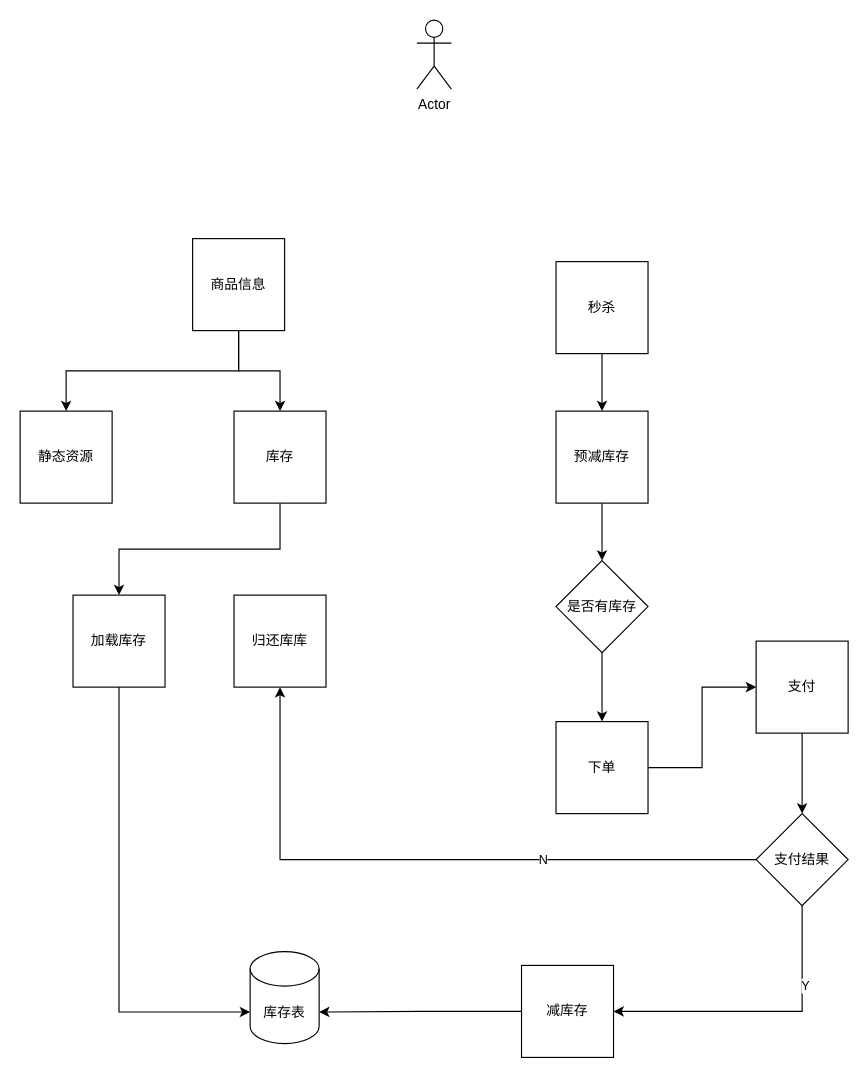
Before: 秒杀设计.drawio in lixyu/draw, a draw.io diagram. Source tidied: cells renumbered, new cells numbered last; positions are measured from the earlier drawing's top-left corner, leaving out a move shared by most shapes. Both pictures are drawn from the tidied source at 115%, with x=0, y=0 at pixel (20, 20).
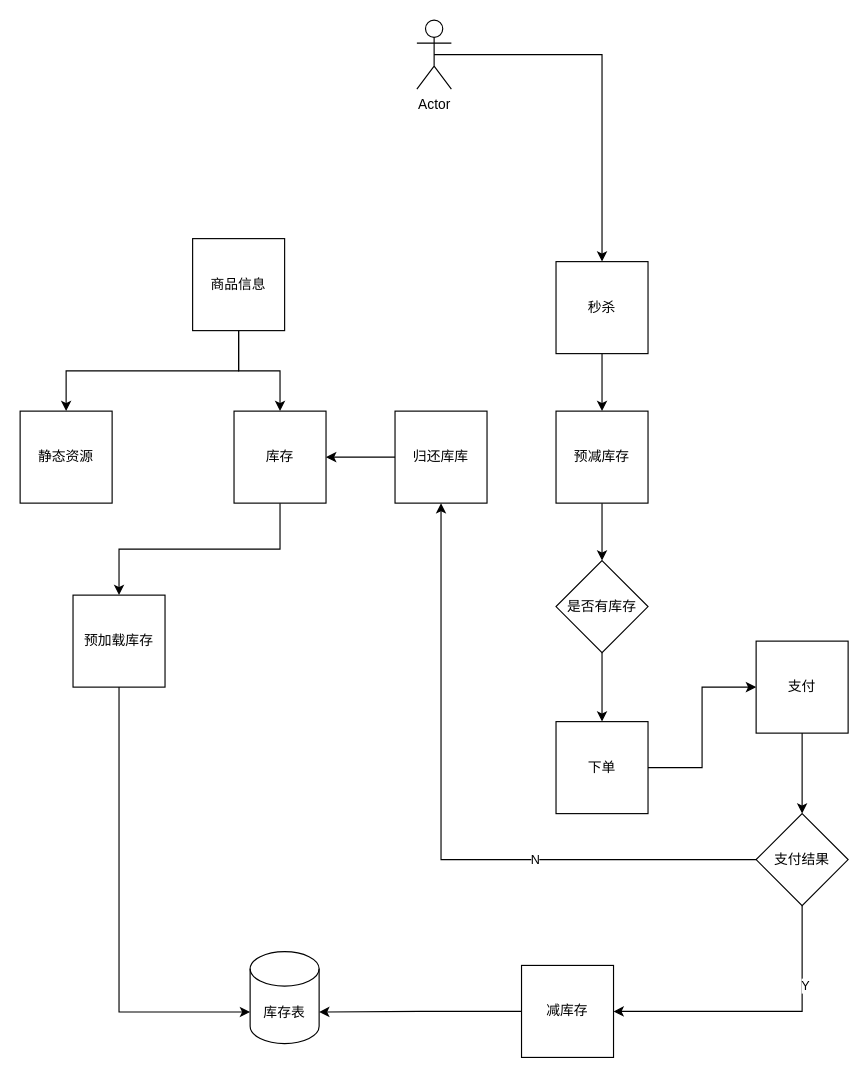
After the change.

The change refers to these unchanged cells:
```xml
<mxCell id="7" value="库存" style="whiteSpace=wrap;html=1;fillColor=#FFFFFF;" parent="1" vertex="1">
  <mxGeometry x="186" y="340" width="80" height="80" as="geometry" />
</mxCell>
<mxCell id="9" value="秒杀" style="whiteSpace=wrap;html=1;fillColor=#FFFFFF;" parent="1" vertex="1">
  <mxGeometry x="466" y="210" width="80" height="80" as="geometry" />
</mxCell>
<mxCell id="25" value="Actor" style="shape=umlActor;verticalLabelPosition=bottom;verticalAlign=top;html=1;outlineConnect=0;fillColor=#FFFFFF;" parent="1" vertex="1">
  <mxGeometry x="345" width="30" height="60" as="geometry" />
</mxCell>
```

Change to the diagram source:
```diff
@@
-    <mxCell id="13" value="加载库存" style="whiteSpace=wrap;html=1;fillColor=#FFFFFF;" parent="1" vertex="1">
+    <mxCell id="13" value="预加载库存" style="whiteSpace=wrap;html=1;fillColor=#FFFFFF;" parent="1" vertex="1">
       <mxGeometry x="46" y="500" width="80" height="80" as="geometry" />
     </mxCell>
+    <mxCell id="30" style="edgeStyle=orthogonalEdgeStyle;rounded=0;jettySize=auto;html=1;exitX=0;exitY=0.5;exitDx=0;exitDy=0;entryX=1;entryY=0.5;entryDx=0;entryDy=0;" parent="1" edge="1" source="14" target="7">
+      <mxGeometry relative="1" as="geometry" />
+    </mxCell>
     <mxCell id="14" value="归还库库" style="whiteSpace=wrap;html=1;fillColor=#FFFFFF;" parent="1" vertex="1">
-      <mxGeometry x="186" y="500" width="80" height="80" as="geometry" />
+      <mxGeometry x="326" y="340" width="80" height="80" as="geometry" />
     </mxCell>
@@
+    <mxCell id="31" style="edgeStyle=orthogonalEdgeStyle;rounded=0;jettySize=auto;html=1;exitX=0.5;exitY=0.5;exitDx=0;exitDy=0;exitPerimeter=0;entryX=0.5;entryY=0;entryDx=0;entryDy=0;" parent="1" edge="1" source="25" target="9">
+      <mxGeometry relative="1" as="geometry" />
+    </mxCell>
```
